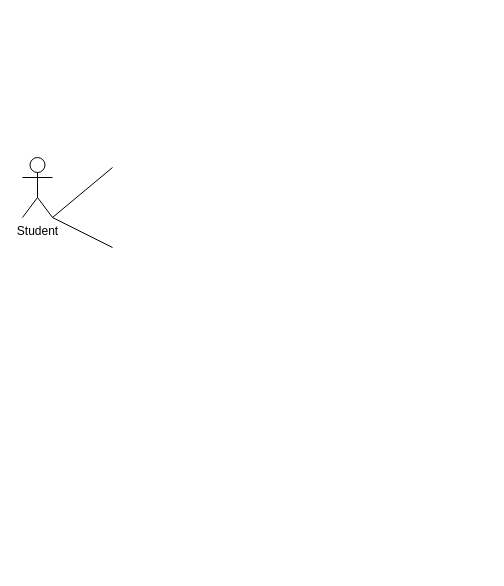
This is Untitled Diagram.drawio from John-Rey-Pial/Edtech, a draw.io file, before an edit. Source tidied: cells renumbered, new cells numbered last; positions are measured from the earlier drawing's top-left corner, leaving out a move shared by most shapes. Both pictures are drawn from the tidied source at 100%, with x=0, y=0 at pixel (22, 157).
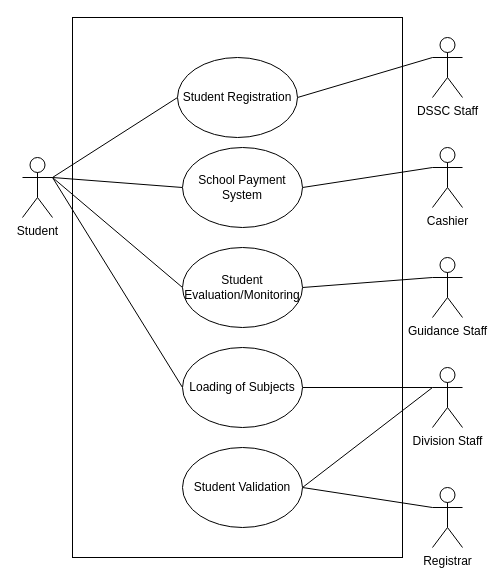
The same page after the edit.

Commit message:
USE CASE DIAGRAM ACT 1

Unchanged cells that the change refers to:
```xml
<mxCell id="2" value="Student" style="shape=umlActor;verticalLabelPosition=bottom;verticalAlign=top;html=1;outlineConnect=0;" parent="1" vertex="1">
  <mxGeometry width="30" height="60" as="geometry" />
</mxCell>
```

What changed in the source:
```diff
@@
+    <mxCell id="5" style="rounded=0;whiteSpace=wrap;html=1;" parent="1" vertex="1">
+      <mxGeometry x="50" y="-140" width="330" height="540" as="geometry" />
+    </mxCell>
+    <mxCell id="6" style="rounded=0;jettySize=auto;html=1;exitX=1;exitY=0.3333333333333333;exitDx=0;exitDy=0;exitPerimeter=0;entryX=0;entryY=0.5;entryDx=0;entryDy=0;endArrow=none;endFill=0;" parent="1" edge="1" source="2" target="15">
+      <mxGeometry relative="1" as="geometry" />
+    </mxCell>
+    <mxCell id="7" style="edgeStyle=none;rounded=0;jettySize=auto;html=1;exitX=1;exitY=0.3333333333333333;exitDx=0;exitDy=0;exitPerimeter=0;entryX=0;entryY=0.5;entryDx=0;entryDy=0;endArrow=none;endFill=0;" parent="1" edge="1" source="2" target="17">
+      <mxGeometry relative="1" as="geometry" />
+    </mxCell>
+    <mxCell id="8" style="edgeStyle=none;rounded=0;jettySize=auto;html=1;exitX=1;exitY=0.3333333333333333;exitDx=0;exitDy=0;exitPerimeter=0;entryX=0;entryY=0.5;entryDx=0;entryDy=0;endArrow=none;endFill=0;" parent="1" edge="1" source="2" target="19">
+      <mxGeometry relative="1" as="geometry" />
+    </mxCell>
+    <mxCell id="9" style="edgeStyle=none;rounded=0;jettySize=auto;html=1;exitX=1;exitY=0.3333333333333333;exitDx=0;exitDy=0;exitPerimeter=0;entryX=0;entryY=0.5;entryDx=0;entryDy=0;endArrow=none;endFill=0;" parent="1" edge="1" source="2" target="21">
+      <mxGeometry relative="1" as="geometry" />
+    </mxCell>
@@
-    <mxCell id="3" style="endArrow=none;html=1;rounded=0;exitX=1;exitY=1;exitDx=0;exitDy=0;exitPerimeter=0;" parent="1" edge="1" source="2">
-      <mxGeometry relative="1" as="geometry">
-        <mxPoint x="90" y="10" as="targetPoint" />
-      </mxGeometry>
-    </mxCell>
-    <mxCell id="4" style="endArrow=none;html=1;rounded=0;exitX=1;exitY=1;exitDx=0;exitDy=0;exitPerimeter=0;" parent="1" edge="1" source="2">
-      <mxGeometry relative="1" as="geometry">
-        <mxPoint x="90" y="90" as="targetPoint" />
-      </mxGeometry>
-    </mxCell>
+    <mxCell id="10" value="DSSC Staff" style="shape=umlActor;verticalLabelPosition=bottom;verticalAlign=top;html=1;outlineConnect=0;" parent="1" vertex="1">
+      <mxGeometry x="410" y="-120" width="30" height="60" as="geometry" />
+    </mxCell>
+    <mxCell id="11" value="Cashier" style="shape=umlActor;verticalLabelPosition=bottom;verticalAlign=top;html=1;outlineConnect=0;" parent="1" vertex="1">
+      <mxGeometry x="410" y="-10" width="30" height="60" as="geometry" />
+    </mxCell>
+    <mxCell id="12" value="Division Staff" style="shape=umlActor;verticalLabelPosition=bottom;verticalAlign=top;html=1;outlineConnect=0;" parent="1" vertex="1">
+      <mxGeometry x="410" y="210" width="30" height="60" as="geometry" />
+    </mxCell>
+    <mxCell id="13" value="Registrar" style="shape=umlActor;verticalLabelPosition=bottom;verticalAlign=top;html=1;outlineConnect=0;" parent="1" vertex="1">
+      <mxGeometry x="410" y="330" width="30" height="60" as="geometry" />
+    </mxCell>
+    <mxCell id="14" style="edgeStyle=none;rounded=0;jettySize=auto;html=1;exitX=1;exitY=0.5;exitDx=0;exitDy=0;entryX=0;entryY=0.3333333333333333;entryDx=0;entryDy=0;entryPerimeter=0;endArrow=none;endFill=0;" parent="1" edge="1" source="15" target="10">
+      <mxGeometry relative="1" as="geometry" />
+    </mxCell>
+    <mxCell id="15" value="Student Registration" style="ellipse;whiteSpace=wrap;html=1;" parent="1" vertex="1">
+      <mxGeometry x="155" y="-100" width="120" height="80" as="geometry" />
+    </mxCell>
+    <mxCell id="16" style="edgeStyle=none;rounded=0;jettySize=auto;html=1;exitX=1;exitY=0.5;exitDx=0;exitDy=0;entryX=0;entryY=0.3333333333333333;entryDx=0;entryDy=0;entryPerimeter=0;endArrow=none;endFill=0;" parent="1" edge="1" source="17" target="11">
+      <mxGeometry relative="1" as="geometry" />
+    </mxCell>
+    <mxCell id="17" value="School Payment System" style="ellipse;whiteSpace=wrap;html=1;" parent="1" vertex="1">
+      <mxGeometry x="160" y="-10" width="120" height="80" as="geometry" />
+    </mxCell>
+    <mxCell id="18" style="edgeStyle=none;rounded=0;jettySize=auto;html=1;exitX=1;exitY=0.5;exitDx=0;exitDy=0;entryX=0;entryY=0.3333333333333333;entryDx=0;entryDy=0;entryPerimeter=0;endArrow=none;endFill=0;" parent="1" edge="1" source="19" target="12">
+      <mxGeometry relative="1" as="geometry" />
+    </mxCell>
+    <mxCell id="19" value="Loading of Subjects" style="ellipse;whiteSpace=wrap;html=1;" parent="1" vertex="1">
+      <mxGeometry x="160" y="190" width="120" height="80" as="geometry" />
+    </mxCell>
+    <mxCell id="20" style="edgeStyle=none;rounded=0;jettySize=auto;html=1;exitX=1;exitY=0.5;exitDx=0;exitDy=0;entryX=0;entryY=0.3333333333333333;entryDx=0;entryDy=0;entryPerimeter=0;endArrow=none;endFill=0;" parent="1" edge="1" source="21" target="22">
+      <mxGeometry relative="1" as="geometry" />
+    </mxCell>
+    <mxCell id="21" value="Student Evaluation/Monitoring" style="ellipse;whiteSpace=wrap;html=1;" parent="1" vertex="1">
+      <mxGeometry x="160" y="90" width="120" height="80" as="geometry" />
+    </mxCell>
+    <mxCell id="22" value="Guidance Staff" style="shape=umlActor;verticalLabelPosition=bottom;verticalAlign=top;html=1;outlineConnect=0;" parent="1" vertex="1">
+      <mxGeometry x="410" y="100" width="30" height="60" as="geometry" />
+    </mxCell>
+    <mxCell id="23" style="edgeStyle=none;rounded=0;jettySize=auto;html=1;exitX=1;exitY=0.5;exitDx=0;exitDy=0;entryX=0;entryY=0.3333333333333333;entryDx=0;entryDy=0;entryPerimeter=0;endArrow=none;endFill=0;" parent="1" edge="1" source="25" target="13">
+      <mxGeometry relative="1" as="geometry" />
+    </mxCell>
+    <mxCell id="24" style="edgeStyle=none;rounded=0;jettySize=auto;html=1;exitX=1;exitY=0.5;exitDx=0;exitDy=0;entryX=0;entryY=0.3333333333333333;entryDx=0;entryDy=0;entryPerimeter=0;endArrow=none;endFill=0;" parent="1" edge="1" source="25" target="12">
+      <mxGeometry relative="1" as="geometry" />
+    </mxCell>
+    <mxCell id="25" value="Student Validation" style="ellipse;whiteSpace=wrap;html=1;" parent="1" vertex="1">
+      <mxGeometry x="160" y="290" width="120" height="80" as="geometry" />
+    </mxCell>
```
